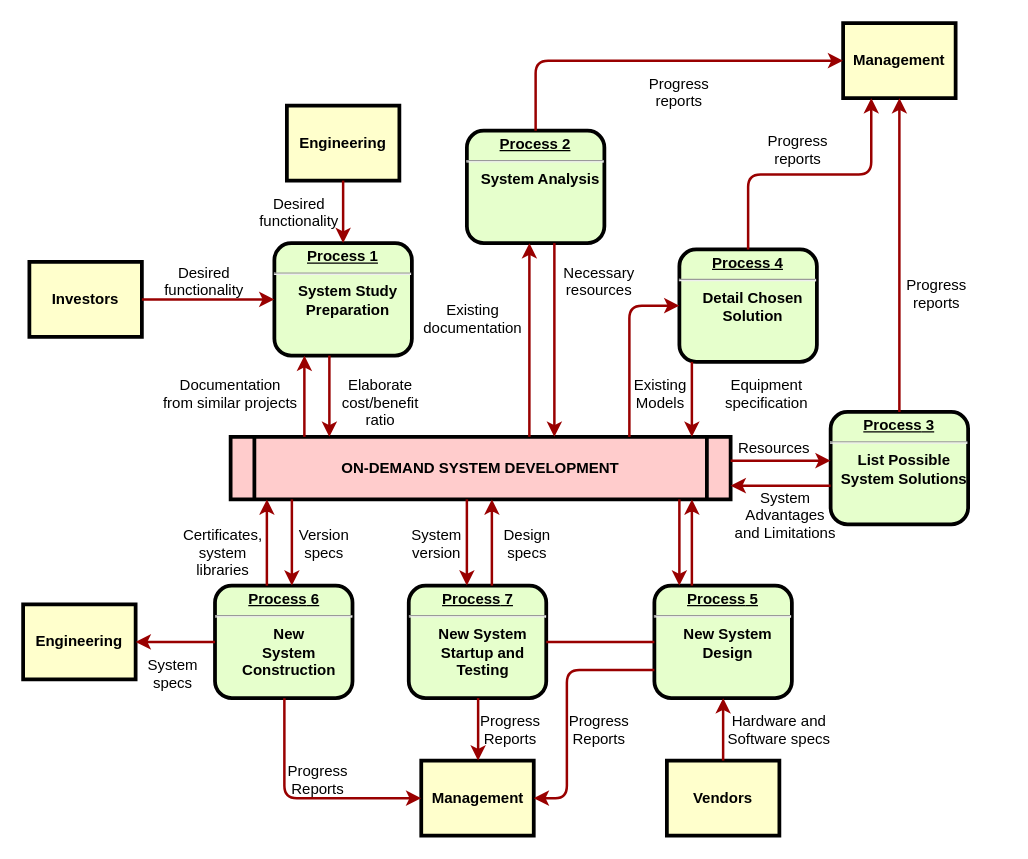
The draw.io diagram Untitled Diagram.drawio in lpartan/locopapa, before the edit. Source tidied: cells renumbered, new cells numbered last; positions are measured from the earlier drawing's top-left corner, leaving out a move shared by most shapes. Both pictures are drawn from the tidied source at 125%, with x=0, y=0 at pixel (22, 22).
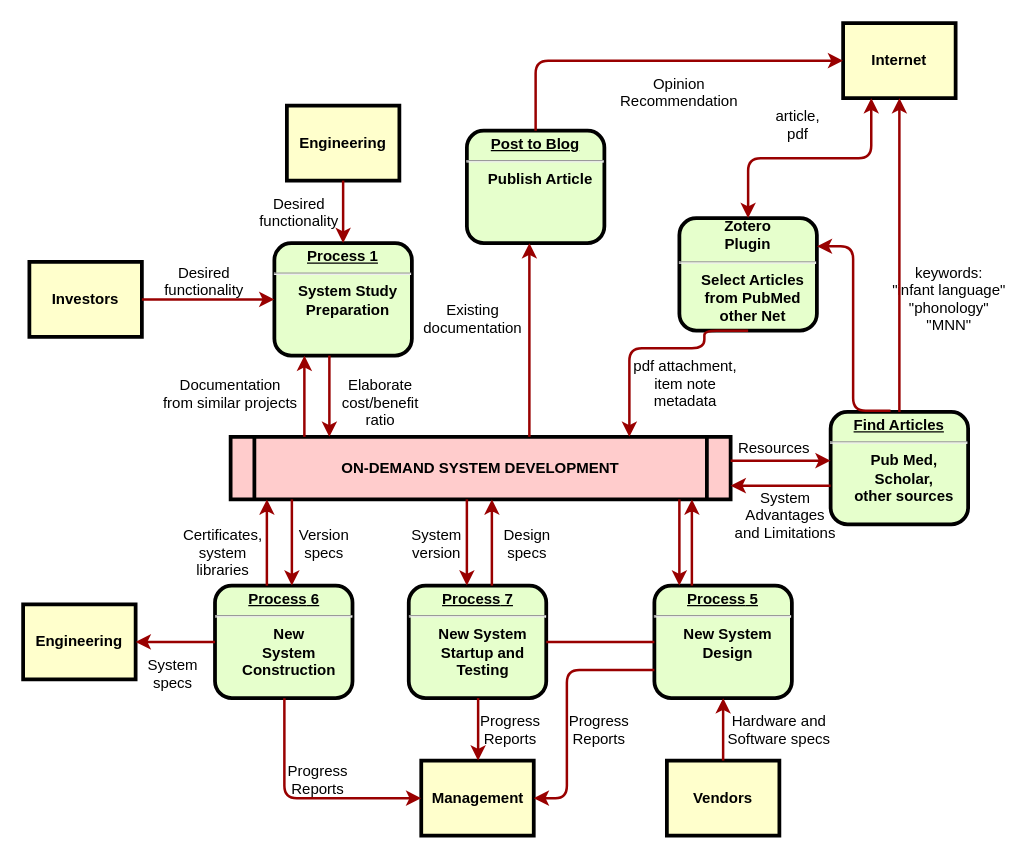
After the change.

The change refers to these unchanged cells:
```xml
<mxCell id="5" value="ON-DEMAND SYSTEM DEVELOPMENT" style="shape=process;whiteSpace=wrap;align=center;verticalAlign=middle;size=0.0475;fontStyle=1;strokeWidth=3;fillColor=#FFCCCC;" parent="1" vertex="1">
  <mxGeometry x="166" y="331" width="400" height="50" as="geometry" />
</mxCell>
```

Change to the diagram source:
```diff
@@
-    <mxCell id="6" value="&lt;p style=&quot;margin: 0px; margin-top: 4px; text-align: center; text-decoration: underline;&quot;&gt;&lt;strong&gt;Process 2&lt;br /&gt;&lt;/strong&gt;&lt;/p&gt;&lt;hr /&gt;&lt;p style=&quot;margin: 0px; margin-left: 8px;&quot;&gt;System Analysis&lt;/p&gt;" style="verticalAlign=middle;align=center;overflow=fill;fontSize=12;fontFamily=Helvetica;html=1;rounded=1;fontStyle=1;strokeWidth=3;fillColor=#E6FFCC;" parent="1" vertex="1">
+    <mxCell id="6" value="&lt;p style=&quot;margin: 0px ; margin-top: 4px ; text-align: center ; text-decoration: underline&quot;&gt;&lt;strong&gt;Post to Blog&lt;br&gt;&lt;/strong&gt;&lt;/p&gt;&lt;hr&gt;&lt;p style=&quot;margin: 0px ; margin-left: 8px&quot;&gt;Publish Article&lt;br&gt;&lt;/p&gt;" style="verticalAlign=middle;align=center;overflow=fill;fontSize=12;fontFamily=Helvetica;html=1;rounded=1;fontStyle=1;strokeWidth=3;fillColor=#E6FFCC;" parent="1" vertex="1">
       <mxGeometry x="355" y="86" width="110" height="90" as="geometry" />
     </mxCell>
-    <mxCell id="7" value="&lt;p style=&quot;margin: 0px; margin-top: 4px; text-align: center; text-decoration: underline;&quot;&gt;&lt;strong&gt;&lt;strong&gt;Process&lt;/strong&gt; 3&lt;br /&gt;&lt;/strong&gt;&lt;/p&gt;&lt;hr /&gt;&lt;p style=&quot;margin: 0px; margin-left: 8px;&quot;&gt;List Possible&lt;/p&gt;&lt;p style=&quot;margin: 0px; margin-left: 8px;&quot;&gt;System Solutions&lt;/p&gt;" style="verticalAlign=middle;align=center;overflow=fill;fontSize=12;fontFamily=Helvetica;html=1;rounded=1;fontStyle=1;strokeWidth=3;fillColor=#E6FFCC;" parent="1" vertex="1">
+    <mxCell id="7" value="&lt;p style=&quot;margin: 0px ; margin-top: 4px ; text-align: center ; text-decoration: underline&quot;&gt;&lt;strong&gt;&lt;strong&gt;Find Articles&lt;/strong&gt;&lt;br&gt;&lt;/strong&gt;&lt;/p&gt;&lt;hr&gt;&lt;p style=&quot;margin: 0px ; margin-left: 8px&quot;&gt;Pub Med, &lt;br&gt;&lt;/p&gt;&lt;p style=&quot;margin: 0px ; margin-left: 8px&quot;&gt;Scholar,&lt;/p&gt;&lt;p style=&quot;margin: 0px ; margin-left: 8px&quot;&gt;other sources&lt;/p&gt;" style="verticalAlign=middle;align=center;overflow=fill;fontSize=12;fontFamily=Helvetica;html=1;rounded=1;fontStyle=1;strokeWidth=3;fillColor=#E6FFCC;" parent="1" vertex="1">
       <mxGeometry x="646" y="311" width="110" height="90" as="geometry" />
     </mxCell>
-    <mxCell id="8" value="&lt;p style=&quot;margin: 0px; margin-top: 4px; text-align: center; text-decoration: underline;&quot;&gt;&lt;strong&gt;&lt;strong&gt;Process&lt;/strong&gt; 4&lt;br /&gt;&lt;/strong&gt;&lt;/p&gt;&lt;hr /&gt;&lt;p style=&quot;margin: 0px; margin-left: 8px;&quot;&gt;Detail Chosen&lt;/p&gt;&lt;p style=&quot;margin: 0px; margin-left: 8px;&quot;&gt;Solution&lt;/p&gt;" style="verticalAlign=middle;align=center;overflow=fill;fontSize=12;fontFamily=Helvetica;html=1;rounded=1;fontStyle=1;strokeWidth=3;fillColor=#E6FFCC;" parent="1" vertex="1">
-      <mxGeometry x="525" y="181" width="110" height="90" as="geometry" />
+    <mxCell id="8" value="&lt;div&gt;&lt;strong&gt;Zotero&lt;/strong&gt;&lt;/div&gt;&lt;div&gt;&lt;strong&gt;Plugin&lt;br&gt;&lt;/strong&gt;&lt;/div&gt;&lt;div&gt;&lt;strong&gt;&lt;/strong&gt;&lt;/div&gt;&lt;hr&gt;&lt;p style=&quot;margin: 0px ; margin-left: 8px&quot;&gt;Select Articles&lt;/p&gt;&lt;p style=&quot;margin: 0px ; margin-left: 8px&quot;&gt;from PubMed&lt;/p&gt;&lt;p style=&quot;margin: 0px ; margin-left: 8px&quot;&gt;other Net&lt;/p&gt;" style="verticalAlign=middle;align=center;overflow=fill;fontSize=12;fontFamily=Helvetica;html=1;rounded=1;fontStyle=1;strokeWidth=3;fillColor=#E6FFCC;" parent="1" vertex="1">
+      <mxGeometry x="525" y="156" width="110" height="90" as="geometry" />
     </mxCell>
@@
-    <mxCell id="11" value="Management" style="whiteSpace=wrap;align=center;verticalAlign=middle;fontStyle=1;strokeWidth=3;fillColor=#FFFFCC;" parent="1" vertex="1">
+    <mxCell id="11" value="Internet" style="whiteSpace=wrap;align=center;verticalAlign=middle;fontStyle=1;strokeWidth=3;fillColor=#FFFFCC;" parent="1" vertex="1">
       <mxGeometry x="656" width="90" height="60" as="geometry" />
     </mxCell>
@@
-    <mxCell id="26" style="edgeStyle=elbowEdgeStyle;elbow=horizontal;strokeColor=#990000;strokeWidth=2;" parent="1" edge="1" source="6" target="5">
-      <mxGeometry relative="1" as="geometry">
-        <Array as="points">
-          <mxPoint x="425" y="260" />
-        </Array>
-      </mxGeometry>
-    </mxCell>
@@
-    <mxCell id="28" value="Necessary&#10;resources" style="text;spacingTop=-5;align=center;" parent="1" vertex="1">
-      <mxGeometry x="446" y="191" width="30" height="20" as="geometry" />
-    </mxCell>
-    <mxCell id="29" value="Progress&#10;reports" style="text;spacingTop=-5;align=center;" parent="1" vertex="1">
+    <mxCell id="29" value="Opinion&#10;Recommendation&#10;" style="text;spacingTop=-5;align=center;" parent="1" vertex="1">
       <mxGeometry x="510" y="40" width="30" height="20" as="geometry" />
     </mxCell>
-    <mxCell id="30" value="Progress&#10;reports" style="text;spacingTop=-5;align=center;" parent="1" vertex="1">
-      <mxGeometry x="605" y="86" width="30" height="20" as="geometry" />
+    <mxCell id="30" value="article,&#10;pdf&#10;" style="text;spacingTop=-5;align=center;" parent="1" vertex="1">
+      <mxGeometry x="605" y="66" width="30" height="20" as="geometry" />
     </mxCell>
-    <mxCell id="31" value="Progress&#10;reports" style="text;spacingTop=-5;align=center;" parent="1" vertex="1">
-      <mxGeometry x="716" y="201" width="30" height="20" as="geometry" />
+    <mxCell id="31" value="keywords:&#10;&quot;infant language&quot;&#10;&quot;phonology&quot;&#10;&quot;MNN&quot;&#10;" style="text;spacingTop=-5;align=center;" parent="1" vertex="1">
+      <mxGeometry x="726" y="191" width="30" height="20" as="geometry" />
     </mxCell>
@@
-    <mxCell id="33" style="edgeStyle=elbowEdgeStyle;elbow=vertical;entryX=0.25;entryY=1;strokeColor=#990000;strokeWidth=2;" parent="1" edge="1" source="8" target="11">
+    <mxCell id="33" style="edgeStyle=elbowEdgeStyle;elbow=vertical;entryX=0.25;entryY=1;strokeColor=#990000;strokeWidth=2;startArrow=classic;startFill=1;" parent="1" edge="1" source="8" target="11">
       <mxGeometry relative="1" as="geometry" />
     </mxCell>
@@
-    <mxCell id="35" style="edgeStyle=elbowEdgeStyle;elbow=horizontal;strokeColor=#990000;strokeWidth=2;" parent="1" edge="1" source="8" target="5">
-      <mxGeometry relative="1" as="geometry">
-        <Array as="points">
-          <mxPoint x="535" y="300" />
-        </Array>
-      </mxGeometry>
-    </mxCell>
-    <mxCell id="36" style="edgeStyle=segmentEdgeStyle;strokeColor=#990000;strokeWidth=2;" parent="1" edge="1" source="5" target="8">
+    <mxCell id="36" style="edgeStyle=segmentEdgeStyle;strokeColor=#990000;strokeWidth=2;startArrow=classic;startFill=1;endArrow=none;endFill=0;entryX=0.5;entryY=1;entryDx=0;entryDy=0;" parent="1" edge="1" source="5" target="8">
       <mxGeometry relative="1" as="geometry">
         <Array as="points">
-          <mxPoint x="485" y="226" />
+          <mxPoint x="485" y="260" />
+          <mxPoint x="545" y="260" />
+          <mxPoint x="545" y="246" />
         </Array>
       </mxGeometry>
     </mxCell>
-    <mxCell id="37" value="Existing&#10;Models" style="text;spacingTop=-5;align=center;" parent="1" vertex="1">
-      <mxGeometry x="495" y="281" width="30" height="20" as="geometry" />
-    </mxCell>
-    <mxCell id="38" value="Equipment&#10;specification" style="text;spacingTop=-5;align=center;" parent="1" vertex="1">
-      <mxGeometry x="580" y="281" width="30" height="20" as="geometry" />
+    <mxCell id="38" value="pdf attachment,&#10;item note&#10;metadata&#10;" style="text;spacingTop=-5;align=center;" parent="1" vertex="1">
+      <mxGeometry x="515" y="266" width="30" height="20" as="geometry" />
     </mxCell>
@@
+    <mxCell id="63" style="edgeStyle=elbowEdgeStyle;elbow=horizontal;strokeColor=#990000;strokeWidth=2;entryX=1;entryY=0.25;entryDx=0;entryDy=0;exitX=0.436;exitY=-0.011;exitDx=0;exitDy=0;exitPerimeter=0;" parent="1" edge="1" source="7" target="8">
+      <mxGeometry relative="1" as="geometry" />
+    </mxCell>
```
